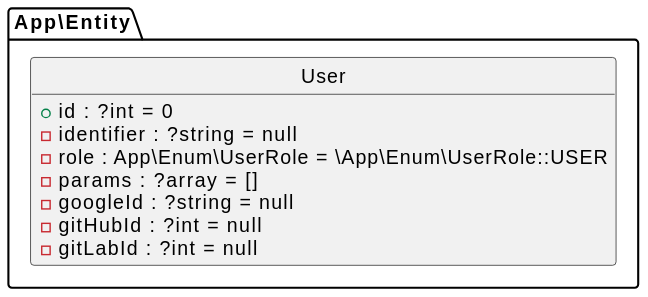
Above: upload-page/assets/docs/database.svg in elkuku/AgentTools (PlantUML), before the change.
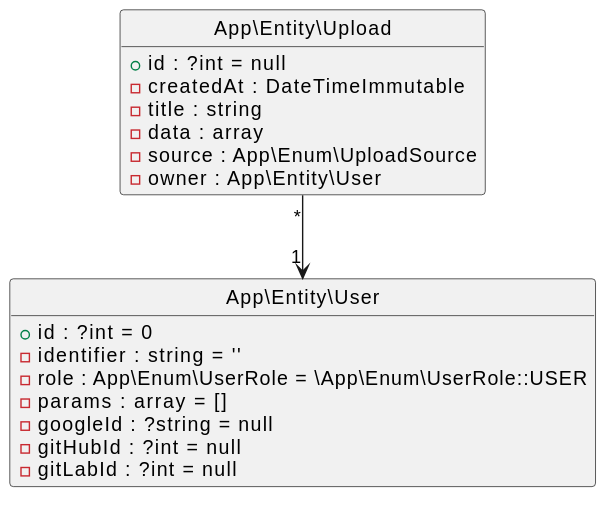
After the change.

Commit message:
Regenerate database diagram with Upload entity

composer db-diagram currently fails: jawira/entity-draw emits
'set separator \', which the public PlantUML server (1.2026.9beta4)
rejects with 400. Generated the puml, replaced that line with
'set separator none' and converted it on the server.

What changed in the source:
```diff
@@ -1,5 +1,5 @@
 @startuml
-set separator \
+set separator none
 !pragma useIntermediatePackages false
 skinparam linetype ortho
 skinparam MinClassWidth 140
@@ -8,11 +8,20 @@
 !theme _none_
 class App\Entity\User {
 + id : ?int = 0
-- identifier : ?string = null
+- identifier : string = ''
 - role : App\Enum\UserRole = \App\Enum\UserRole::USER
-- params : ?array = []
+- params : array = []
 - googleId : ?string = null
 - gitHubId : ?int = null
 - gitLabId : ?int = null
 }
+class App\Entity\Upload {
++ id : ?int = null
+- createdAt : DateTimeImmutable
+- title : string
+- data : array
+- source : App\Enum\UploadSource
+- owner : App\Entity\User
+}
+App\Entity\Upload "*" --> "1" App\Entity\User
 @enduml
```
